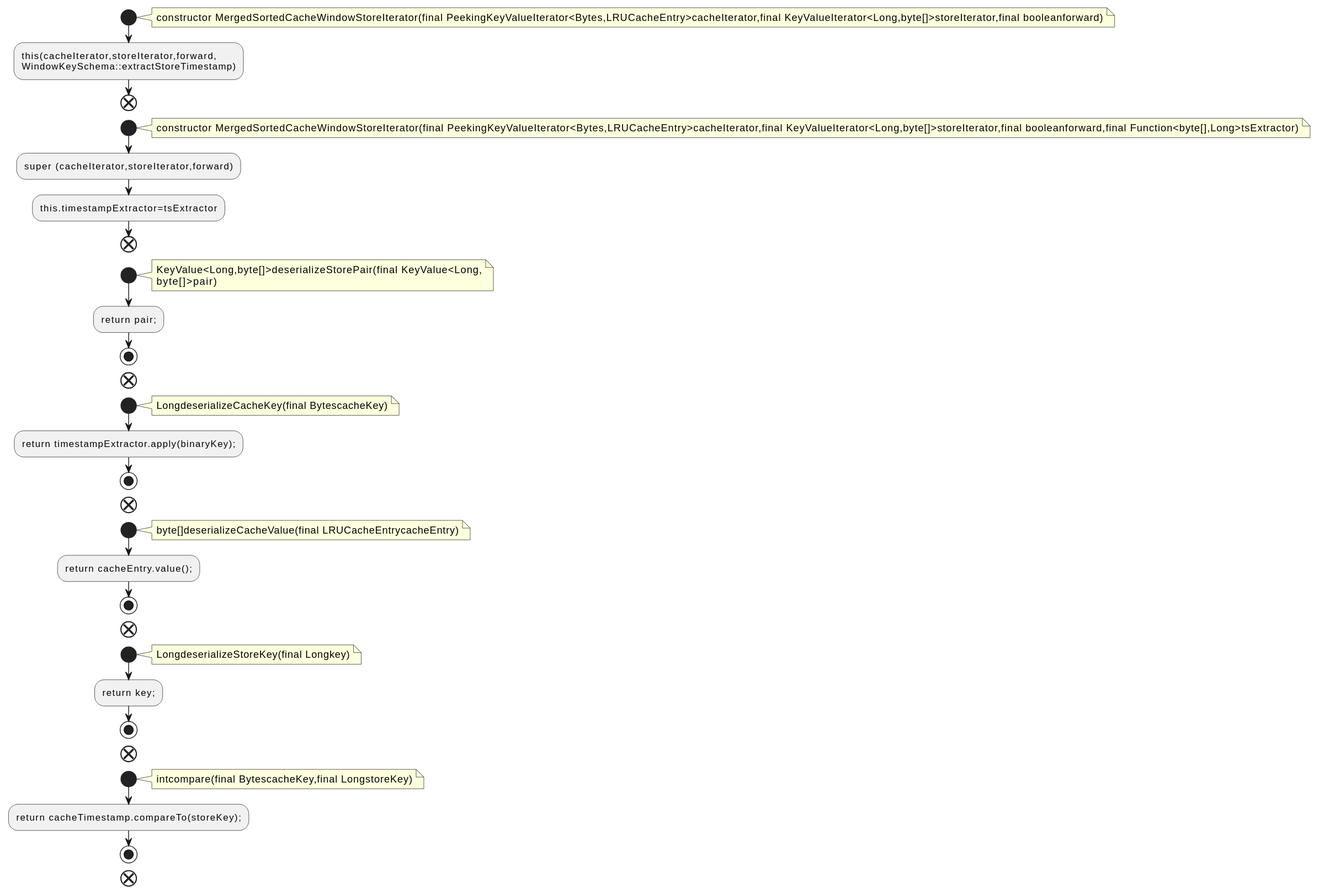
The PlantUML diagram docs/qc/streams/src/main/java/org/apache/kafka/streams/state/internals/MergedSortedCacheWindowStoreIterator.java.fct.svg in qualitesys/kafka, before a commit.
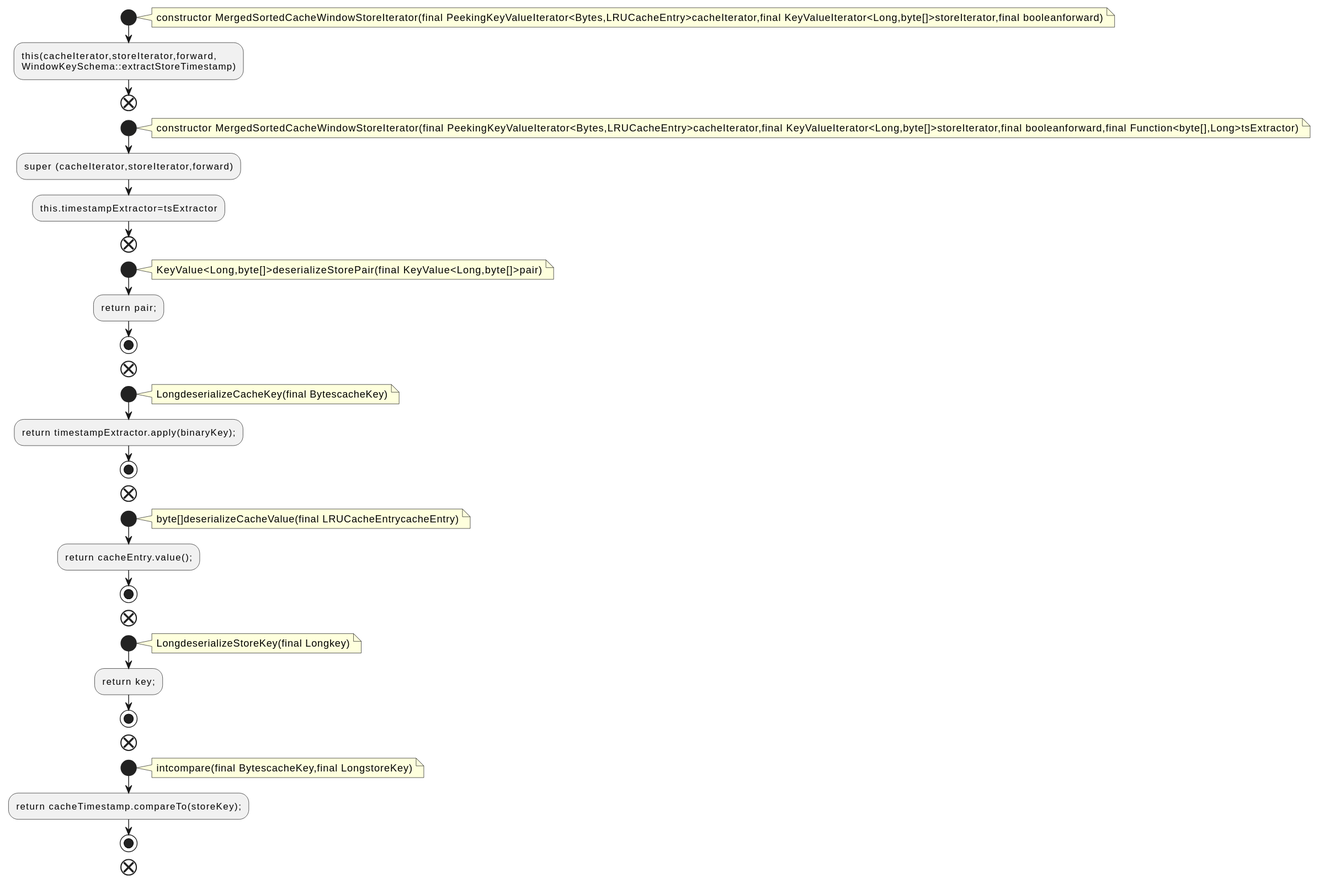
Above is the later version.

The edit, as a diff of the source:
```diff
@@ -16,8 +16,7 @@
 end
 start
 note right
-KeyValue<Long,byte[]>deserializeStorePair(final KeyValue<Long,
-byte[]>pair)
+KeyValue<Long,byte[]>deserializeStorePair(final KeyValue<Long,byte[]>pair)
 end note
 :return pair;;
 stop
```
